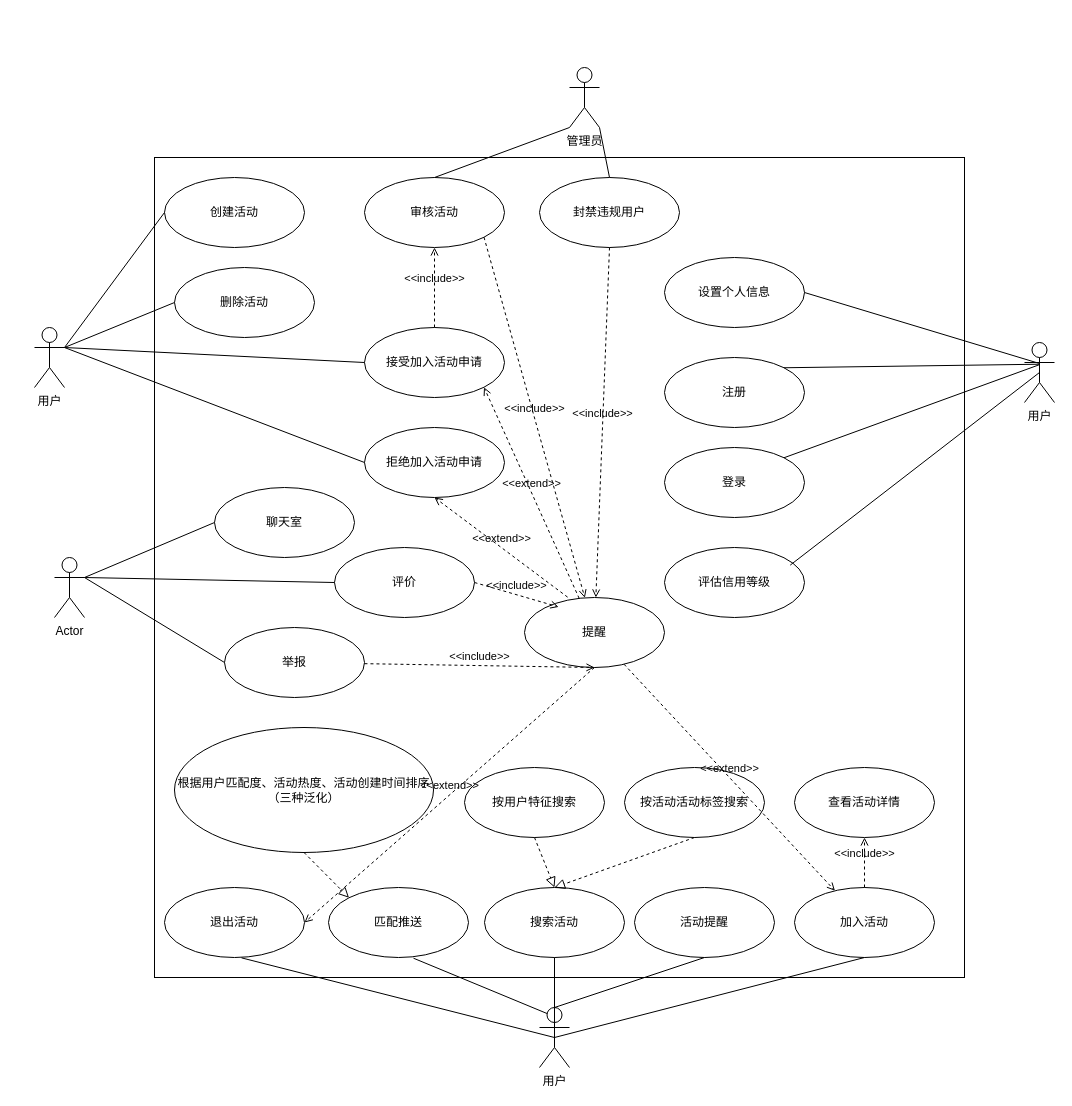
The draw.io diagram docs/Soda_usecase.drawio in Yishanka/Soda, before the edit. Source tidied: cells renumbered, new cells numbered last; positions are measured from the earlier drawing's top-left corner, leaving out a move shared by most shapes. Both pictures are drawn from the tidied source at 100%, with x=0, y=0 at pixel (34, 67).
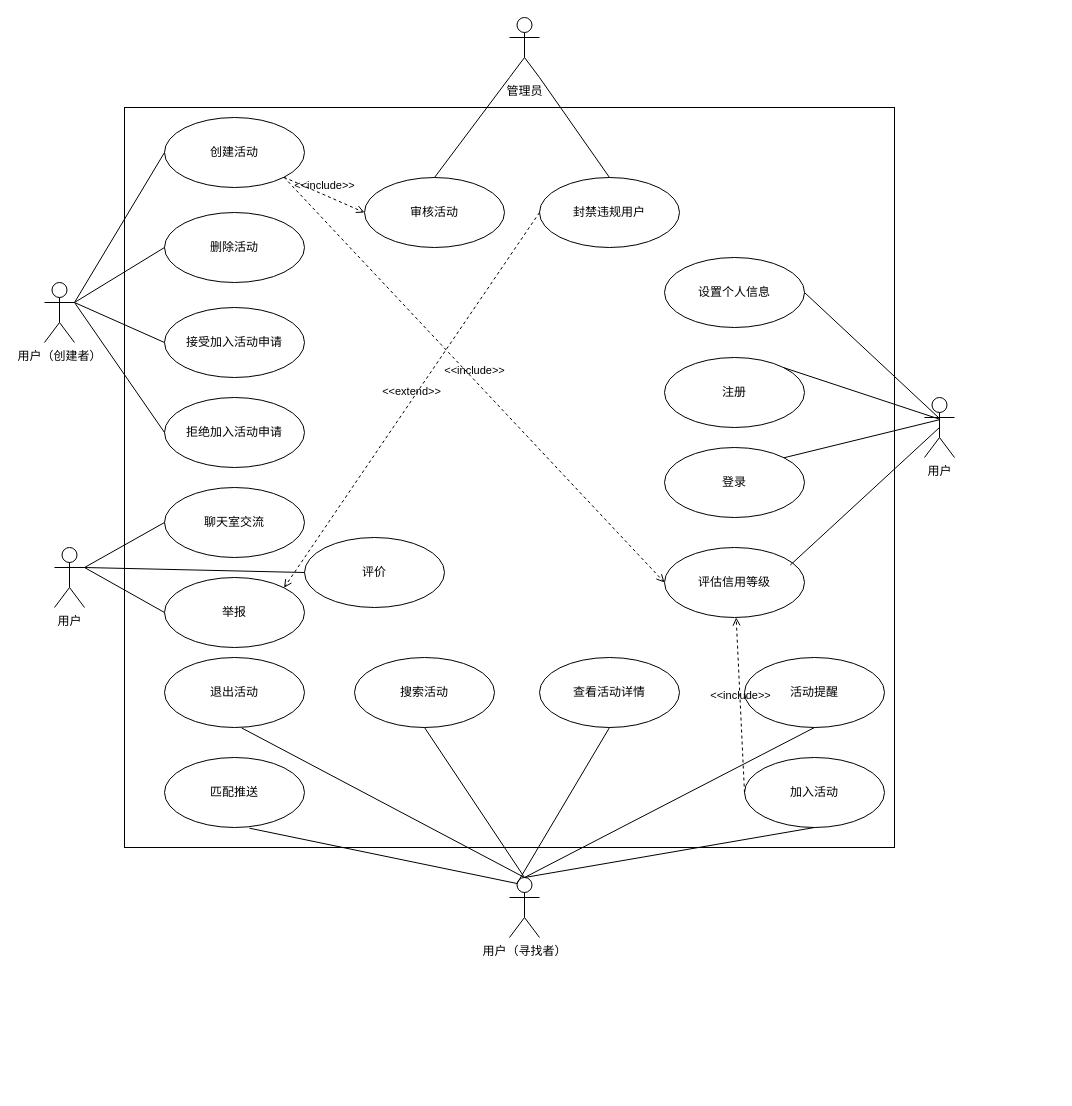
Above is the later version.

The change refers to these unchanged cells:
```xml
<mxCell id="7" value="评估信用等级" style="ellipse;whiteSpace=wrap;html=1;" parent="1" vertex="1">
  <mxGeometry x="630" y="480" width="140" height="70" as="geometry" />
</mxCell>
<mxCell id="42" value="审核活动" style="ellipse;whiteSpace=wrap;html=1;" parent="1" vertex="1">
  <mxGeometry x="330" y="110" width="140" height="70" as="geometry" />
</mxCell>
<mxCell id="43" value="封禁违规用户" style="ellipse;whiteSpace=wrap;html=1;" parent="1" vertex="1">
  <mxGeometry x="505" y="110" width="140" height="70" as="geometry" />
</mxCell>
```

What changed in the source:
```diff
@@
     <mxCell id="2" style="html=1;whiteSpace=wrap;" parent="1" vertex="1">
-      <mxGeometry x="120" y="90" width="810" height="820" as="geometry" />
+      <mxGeometry x="90" y="40" width="770" height="740" as="geometry" />
     </mxCell>
     <mxCell id="3" value="用户" style="shape=umlActor;verticalLabelPosition=bottom;verticalAlign=top;html=1;" parent="1" vertex="1">
-      <mxGeometry x="990" y="275" width="30" height="60" as="geometry" />
+      <mxGeometry x="890" y="330" width="30" height="60" as="geometry" />
     </mxCell>
@@
     <mxCell id="5" value="加入活动" style="ellipse;whiteSpace=wrap;html=1;" parent="1" vertex="1">
-      <mxGeometry x="760" y="820" width="140" height="70" as="geometry" />
+      <mxGeometry x="710" y="690" width="140" height="70" as="geometry" />
     </mxCell>
     <mxCell id="6" value="创建活动" style="ellipse;whiteSpace=wrap;html=1;" parent="1" vertex="1">
-      <mxGeometry x="130" y="110" width="140" height="70" as="geometry" />
+      <mxGeometry x="130" y="50" width="140" height="70" as="geometry" />
     </mxCell>
@@
-    <mxCell id="8" value="聊天室" style="ellipse;whiteSpace=wrap;html=1;" parent="1" vertex="1">
-      <mxGeometry x="180" y="420" width="140" height="70" as="geometry" />
+    <mxCell id="8" value="&lt;div&gt;&lt;span style=&quot;background-color: transparent; color: light-dark(rgb(0, 0, 0), rgb(255, 255, 255));&quot;&gt;聊天室交流&lt;/span&gt;&lt;/div&gt;" style="ellipse;whiteSpace=wrap;html=1;" parent="1" vertex="1">
+      <mxGeometry x="130" y="420" width="140" height="70" as="geometry" />
     </mxCell>
-    <mxCell id="9" value="根据用户匹配度、活动热度、活动创建时间排序&lt;div&gt;（三种泛化）&lt;/div&gt;" style="ellipse;whiteSpace=wrap;html=1;" parent="1" vertex="1">
-      <mxGeometry x="140" y="660" width="259" height="125" as="geometry" />
-    </mxCell>
-    <mxCell id="10" value="按活动活动标签搜索" style="ellipse;whiteSpace=wrap;html=1;" parent="1" vertex="1">
-      <mxGeometry x="590" y="700" width="140" height="70" as="geometry" />
-    </mxCell>
     <mxCell id="11" value="匹配推送" style="ellipse;whiteSpace=wrap;html=1;" parent="1" vertex="1">
-      <mxGeometry x="294" y="820" width="140" height="70" as="geometry" />
+      <mxGeometry x="130" y="690" width="140" height="70" as="geometry" />
     </mxCell>
     <mxCell id="12" value="活动提醒" style="ellipse;whiteSpace=wrap;html=1;" parent="1" vertex="1">
-      <mxGeometry x="600" y="820" width="140" height="70" as="geometry" />
+      <mxGeometry x="710" y="590" width="140" height="70" as="geometry" />
     </mxCell>
-    <mxCell id="13" value="按用户特征搜索" style="ellipse;whiteSpace=wrap;html=1;" parent="1" vertex="1">
-      <mxGeometry x="430" y="700" width="140" height="70" as="geometry" />
-    </mxCell>
@@
-    <mxCell id="16" value="用户" style="shape=umlActor;verticalLabelPosition=bottom;verticalAlign=top;html=1;" parent="1" vertex="1">
-      <mxGeometry x="505" y="940" width="30" height="60" as="geometry" />
+    <mxCell id="16" value="用户（寻找者）" style="shape=umlActor;verticalLabelPosition=bottom;verticalAlign=top;html=1;" parent="1" vertex="1">
+      <mxGeometry x="475" y="810" width="30" height="60" as="geometry" />
     </mxCell>
@@
     <mxCell id="19" value="搜索活动" style="ellipse;whiteSpace=wrap;html=1;" parent="1" vertex="1">
-      <mxGeometry x="450" y="820" width="140" height="70" as="geometry" />
+      <mxGeometry x="320" y="590" width="140" height="70" as="geometry" />
     </mxCell>
@@
     <mxCell id="21" value="退出活动" style="ellipse;whiteSpace=wrap;html=1;" parent="1" vertex="1">
-      <mxGeometry x="130" y="820" width="140" height="70" as="geometry" />
+      <mxGeometry x="130" y="590" width="140" height="70" as="geometry" />
     </mxCell>
     <mxCell id="22" value="接受加入活动申请" style="ellipse;whiteSpace=wrap;html=1;" parent="1" vertex="1">
-      <mxGeometry x="330" y="260" width="140" height="70" as="geometry" />
+      <mxGeometry x="130" y="240" width="140" height="70" as="geometry" />
     </mxCell>
     <mxCell id="23" value="拒绝加入活动申请" style="ellipse;whiteSpace=wrap;html=1;" parent="1" vertex="1">
-      <mxGeometry x="330" y="360" width="140" height="70" as="geometry" />
+      <mxGeometry x="130" y="330" width="140" height="70" as="geometry" />
     </mxCell>
@@
-    <mxCell id="26" value="用户" style="shape=umlActor;verticalLabelPosition=bottom;verticalAlign=top;html=1;" parent="1" vertex="1">
-      <mxGeometry y="260" width="30" height="60" as="geometry" />
+    <mxCell id="26" value="用户（创建者）" style="shape=umlActor;verticalLabelPosition=bottom;verticalAlign=top;html=1;" parent="1" vertex="1">
+      <mxGeometry x="10" y="215" width="30" height="60" as="geometry" />
     </mxCell>
@@
-    <mxCell id="29" style="endArrow=none;html=1;rounded=0;entryX=0.5;entryY=1;entryDx=0;entryDy=0;exitX=0.5;exitY=0.5;exitDx=0;exitDy=0;exitPerimeter=0;" parent="1" edge="1" source="16" target="5">
+    <mxCell id="29" style="endArrow=none;html=1;rounded=0;entryX=0.5;entryY=1;entryDx=0;entryDy=0;exitX=0.5;exitY=0;exitDx=0;exitDy=0;exitPerimeter=0;" parent="1" edge="1" source="16" target="5">
       <mxGeometry relative="1" as="geometry" />
     </mxCell>
-    <mxCell id="30" style="endArrow=none;html=1;rounded=0;entryX=0.5;entryY=0.5;entryDx=0;entryDy=0;entryPerimeter=0;exitX=0.55;exitY=1.005;exitDx=0;exitDy=0;exitPerimeter=0;" parent="1" edge="1" source="21" target="16">
+    <mxCell id="30" style="endArrow=none;html=1;rounded=0;entryX=0.5;entryY=0;entryDx=0;entryDy=0;entryPerimeter=0;exitX=0.55;exitY=1.005;exitDx=0;exitDy=0;exitPerimeter=0;" parent="1" edge="1" source="21" target="16">
       <mxGeometry relative="1" as="geometry" />
     </mxCell>
-    <mxCell id="31" style="endArrow=none;html=1;rounded=0;entryX=0.5;entryY=0.5;entryDx=0;entryDy=0;entryPerimeter=0;exitX=0.5;exitY=1;exitDx=0;exitDy=0;" parent="1" edge="1" source="19" target="16">
+    <mxCell id="31" style="endArrow=none;html=1;rounded=0;entryX=0.5;entryY=0;entryDx=0;entryDy=0;entryPerimeter=0;exitX=0.5;exitY=1;exitDx=0;exitDy=0;" parent="1" edge="1" source="19" target="16">
       <mxGeometry relative="1" as="geometry" />
     </mxCell>
@@
     <mxCell id="34" value="删除活动" style="ellipse;whiteSpace=wrap;html=1;" parent="1" vertex="1">
-      <mxGeometry x="140" y="200" width="140" height="70" as="geometry" />
+      <mxGeometry x="130" y="145" width="140" height="70" as="geometry" />
     </mxCell>
@@
-    <mxCell id="36" style="endArrow=block;startArrow=none;endFill=0;startFill=0;endSize=8;html=1;verticalAlign=bottom;dashed=1;labelBackgroundColor=none;rounded=0;entryX=0.5;entryY=0;entryDx=0;entryDy=0;exitX=0.5;exitY=1;exitDx=0;exitDy=0;" parent="1" edge="1" source="13" target="19">
-      <mxGeometry relative="1" as="geometry" />
-    </mxCell>
-    <mxCell id="37" style="endArrow=block;startArrow=none;endFill=0;startFill=0;endSize=8;html=1;verticalAlign=bottom;dashed=1;labelBackgroundColor=none;rounded=0;exitX=0.5;exitY=1;exitDx=0;exitDy=0;entryX=0.5;entryY=0;entryDx=0;entryDy=0;" parent="1" edge="1" source="10" target="19">
-      <mxGeometry relative="1" as="geometry" />
-    </mxCell>
@@
     <mxCell id="39" value="查看活动详情" style="ellipse;whiteSpace=wrap;html=1;" parent="1" vertex="1">
-      <mxGeometry x="760" y="700" width="140" height="70" as="geometry" />
+      <mxGeometry x="505" y="590" width="140" height="70" as="geometry" />
     </mxCell>
-    <mxCell id="40" style="endArrow=block;startArrow=none;endFill=0;startFill=0;endSize=8;html=1;verticalAlign=bottom;dashed=1;labelBackgroundColor=none;rounded=0;entryX=0;entryY=0;entryDx=0;entryDy=0;exitX=0.5;exitY=1;exitDx=0;exitDy=0;" parent="1" edge="1" source="9" target="11">
-      <mxGeometry relative="1" as="geometry" />
-    </mxCell>
     <mxCell id="41" value="管理员" style="shape=umlActor;verticalLabelPosition=bottom;verticalAlign=top;html=1;" parent="1" vertex="1">
-      <mxGeometry x="535" width="30" height="60" as="geometry" />
+      <mxGeometry x="475" y="-50" width="30" height="60" as="geometry" />
     </mxCell>
@@
-    <mxCell id="46" value="Actor" style="shape=umlActor;verticalLabelPosition=bottom;verticalAlign=top;html=1;" parent="1" vertex="1">
-      <mxGeometry x="20" y="490" width="30" height="60" as="geometry" />
+    <mxCell id="46" value="用户" style="shape=umlActor;verticalLabelPosition=bottom;verticalAlign=top;html=1;" parent="1" vertex="1">
+      <mxGeometry x="20" y="480" width="30" height="60" as="geometry" />
     </mxCell>
     <mxCell id="47" value="评价" style="ellipse;whiteSpace=wrap;html=1;" parent="1" vertex="1">
-      <mxGeometry x="300" y="480" width="140" height="70" as="geometry" />
+      <mxGeometry x="270" y="470" width="140" height="70" as="geometry" />
     </mxCell>
     <mxCell id="48" value="举报" style="ellipse;whiteSpace=wrap;html=1;" parent="1" vertex="1">
-      <mxGeometry x="190" y="560" width="140" height="70" as="geometry" />
+      <mxGeometry x="130" y="510" width="140" height="70" as="geometry" />
     </mxCell>
@@
-    <mxCell id="51" value="&amp;lt;&amp;lt;include&amp;gt;&amp;gt;" style="html=1;verticalAlign=bottom;labelBackgroundColor=none;endArrow=open;endFill=0;dashed=1;rounded=0;entryX=0.5;entryY=1;entryDx=0;entryDy=0;exitX=0.5;exitY=0;exitDx=0;exitDy=0;" parent="1" edge="1" source="22" target="42">
-      <mxGeometry relative="1" as="geometry" />
-    </mxCell>
-    <mxCell id="52" value="&amp;lt;&amp;lt;include&amp;gt;&amp;gt;" style="html=1;verticalAlign=bottom;labelBackgroundColor=none;endArrow=open;endFill=0;dashed=1;rounded=0;entryX=0.5;entryY=1;entryDx=0;entryDy=0;exitX=0.5;exitY=0;exitDx=0;exitDy=0;" parent="1" edge="1" source="5" target="39">
-      <mxGeometry relative="1" as="geometry" />
-    </mxCell>
-    <mxCell id="53" value="提醒" style="ellipse;whiteSpace=wrap;html=1;" parent="1" vertex="1">
-      <mxGeometry x="490" y="530" width="140" height="70" as="geometry" />
-    </mxCell>
-    <mxCell id="54" value="&amp;lt;&amp;lt;extend&amp;gt;&amp;gt;" style="html=1;verticalAlign=bottom;labelBackgroundColor=none;endArrow=open;endFill=0;dashed=1;rounded=0;entryX=1;entryY=1;entryDx=0;entryDy=0;" parent="1" edge="1" source="53" target="22">
-      <mxGeometry relative="1" as="geometry" />
-    </mxCell>
-    <mxCell id="55" value="&amp;lt;&amp;lt;extend&amp;gt;&amp;gt;" style="html=1;verticalAlign=bottom;labelBackgroundColor=none;endArrow=open;endFill=0;dashed=1;rounded=0;" parent="1" edge="1" source="53" target="5">
-      <mxGeometry relative="1" as="geometry" />
-    </mxCell>
-    <mxCell id="56" value="&amp;lt;&amp;lt;include&amp;gt;&amp;gt;" style="html=1;verticalAlign=bottom;labelBackgroundColor=none;endArrow=open;endFill=0;dashed=1;rounded=0;entryX=0.244;entryY=0.135;entryDx=0;entryDy=0;exitX=1;exitY=0.5;exitDx=0;exitDy=0;entryPerimeter=0;" parent="1" edge="1" source="47" target="53">
-      <mxGeometry relative="1" as="geometry" />
-    </mxCell>
-    <mxCell id="57" value="&amp;lt;&amp;lt;include&amp;gt;&amp;gt;" style="html=1;verticalAlign=bottom;labelBackgroundColor=none;endArrow=open;endFill=0;dashed=1;rounded=0;entryX=0.5;entryY=1;entryDx=0;entryDy=0;" parent="1" edge="1" source="48" target="53">
-      <mxGeometry relative="1" as="geometry" />
-    </mxCell>
-    <mxCell id="58" value="&amp;lt;&amp;lt;include&amp;gt;&amp;gt;" style="html=1;verticalAlign=bottom;labelBackgroundColor=none;endArrow=open;endFill=0;dashed=1;rounded=0;exitX=0.5;exitY=1;exitDx=0;exitDy=0;" parent="1" edge="1" source="43" target="53">
-      <mxGeometry relative="1" as="geometry" />
-    </mxCell>
-    <mxCell id="59" value="&amp;lt;&amp;lt;include&amp;gt;&amp;gt;" style="html=1;verticalAlign=bottom;labelBackgroundColor=none;endArrow=open;endFill=0;dashed=1;rounded=0;exitX=1;exitY=1;exitDx=0;exitDy=0;" parent="1" edge="1" source="42" target="53">
-      <mxGeometry relative="1" as="geometry" />
-    </mxCell>
-    <mxCell id="60" value="&amp;lt;&amp;lt;extend&amp;gt;&amp;gt;" style="html=1;verticalAlign=bottom;labelBackgroundColor=none;endArrow=open;endFill=0;dashed=1;rounded=0;entryX=0.5;entryY=1;entryDx=0;entryDy=0;exitX=0.308;exitY=-0.005;exitDx=0;exitDy=0;exitPerimeter=0;" parent="1" edge="1" source="53" target="23">
-      <mxGeometry relative="1" as="geometry" />
-    </mxCell>
-    <mxCell id="61" value="&amp;lt;&amp;lt;extend&amp;gt;&amp;gt;" style="html=1;verticalAlign=bottom;labelBackgroundColor=none;endArrow=open;endFill=0;dashed=1;rounded=0;exitX=0.5;exitY=1;exitDx=0;exitDy=0;entryX=1;entryY=0.5;entryDx=0;entryDy=0;" parent="1" edge="1" source="53" target="21">
-      <mxGeometry relative="1" as="geometry" />
-    </mxCell>
+    <mxCell id="62" style="endArrow=none;html=1;rounded=0;entryX=0.5;entryY=1;entryDx=0;entryDy=0;exitX=0.25;exitY=0.1;exitDx=0;exitDy=0;exitPerimeter=0;" parent="1" edge="1" source="16" target="39">
+      <mxGeometry relative="1" as="geometry" />
+    </mxCell>
+    <mxCell id="63" value="&amp;lt;&amp;lt;include&amp;gt;&amp;gt;" style="html=1;verticalAlign=bottom;labelBackgroundColor=none;endArrow=open;endFill=0;dashed=1;rounded=0;entryX=0;entryY=0.5;entryDx=0;entryDy=0;exitX=1;exitY=1;exitDx=0;exitDy=0;" parent="1" edge="1" source="6" target="42">
+      <mxGeometry relative="1" as="geometry" />
+    </mxCell>
+    <mxCell id="64" value="&amp;lt;&amp;lt;extend&amp;gt;&amp;gt;" style="html=1;verticalAlign=bottom;labelBackgroundColor=none;endArrow=open;endFill=0;dashed=1;rounded=0;exitX=0;exitY=0.5;exitDx=0;exitDy=0;entryX=1;entryY=0;entryDx=0;entryDy=0;" parent="1" edge="1" source="43" target="48">
+      <mxGeometry relative="1" as="geometry" />
+    </mxCell>
+    <mxCell id="65" value="&amp;lt;&amp;lt;include&amp;gt;&amp;gt;" style="html=1;verticalAlign=bottom;labelBackgroundColor=none;endArrow=open;endFill=0;dashed=1;rounded=0;entryX=0;entryY=0.5;entryDx=0;entryDy=0;exitX=1;exitY=1;exitDx=0;exitDy=0;" parent="1" edge="1" source="6" target="7">
+      <mxGeometry relative="1" as="geometry" />
+    </mxCell>
+    <mxCell id="66" value="&amp;lt;&amp;lt;include&amp;gt;&amp;gt;" style="html=1;verticalAlign=bottom;labelBackgroundColor=none;endArrow=open;endFill=0;dashed=1;rounded=0;exitX=0;exitY=0.5;exitDx=0;exitDy=0;" parent="1" edge="1" source="5" target="7">
+      <mxGeometry relative="1" as="geometry" />
+    </mxCell>
```
